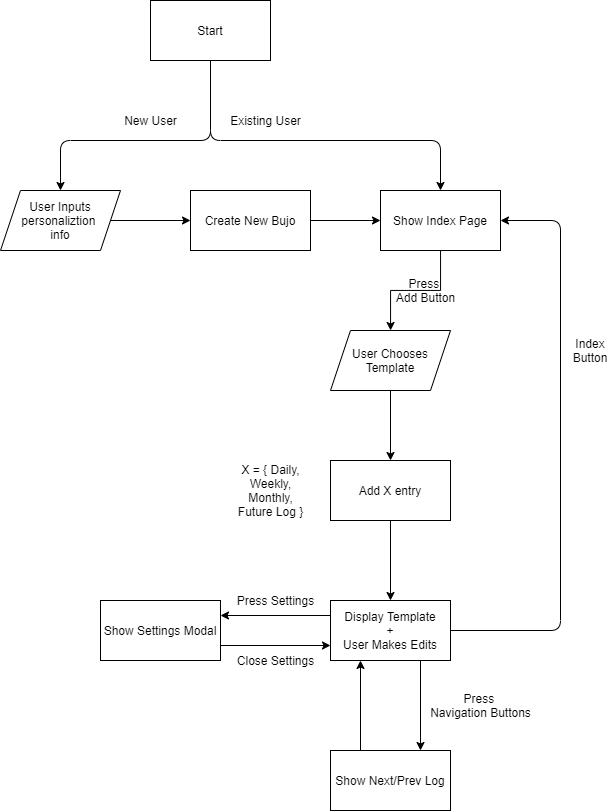
This is specs/adrs/diagram.drawio.png from FlamingoJournal/cse110-sp21-group18, a draw.io export, as it was before one commit. Source tidied: cells renumbered, new cells last; positions are measured from the earlier drawing's top-left corner, leaving out a move shared by most shapes.
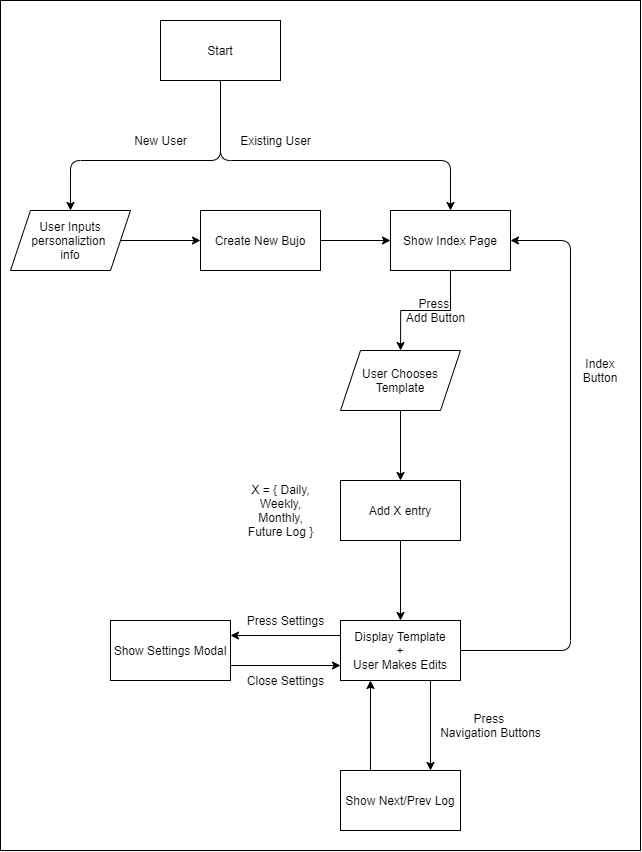
After the change.

Diff of the diagram source:
```diff
@@ -2,6 +2,9 @@
   <root>
     <mxCell id="0" />
     <mxCell id="1" parent="0" />
+    <mxCell id="31" style="rounded=0;whiteSpace=wrap;html=1;" parent="1" vertex="1">
+      <mxGeometry x="-10" y="-20" width="640" height="850" as="geometry" />
+    </mxCell>
     <mxCell id="2" value="Start" style="rounded=0;whiteSpace=wrap;html=1;" parent="1" vertex="1">
       <mxGeometry x="150" width="120" height="60" as="geometry" />
     </mxCell>
```
